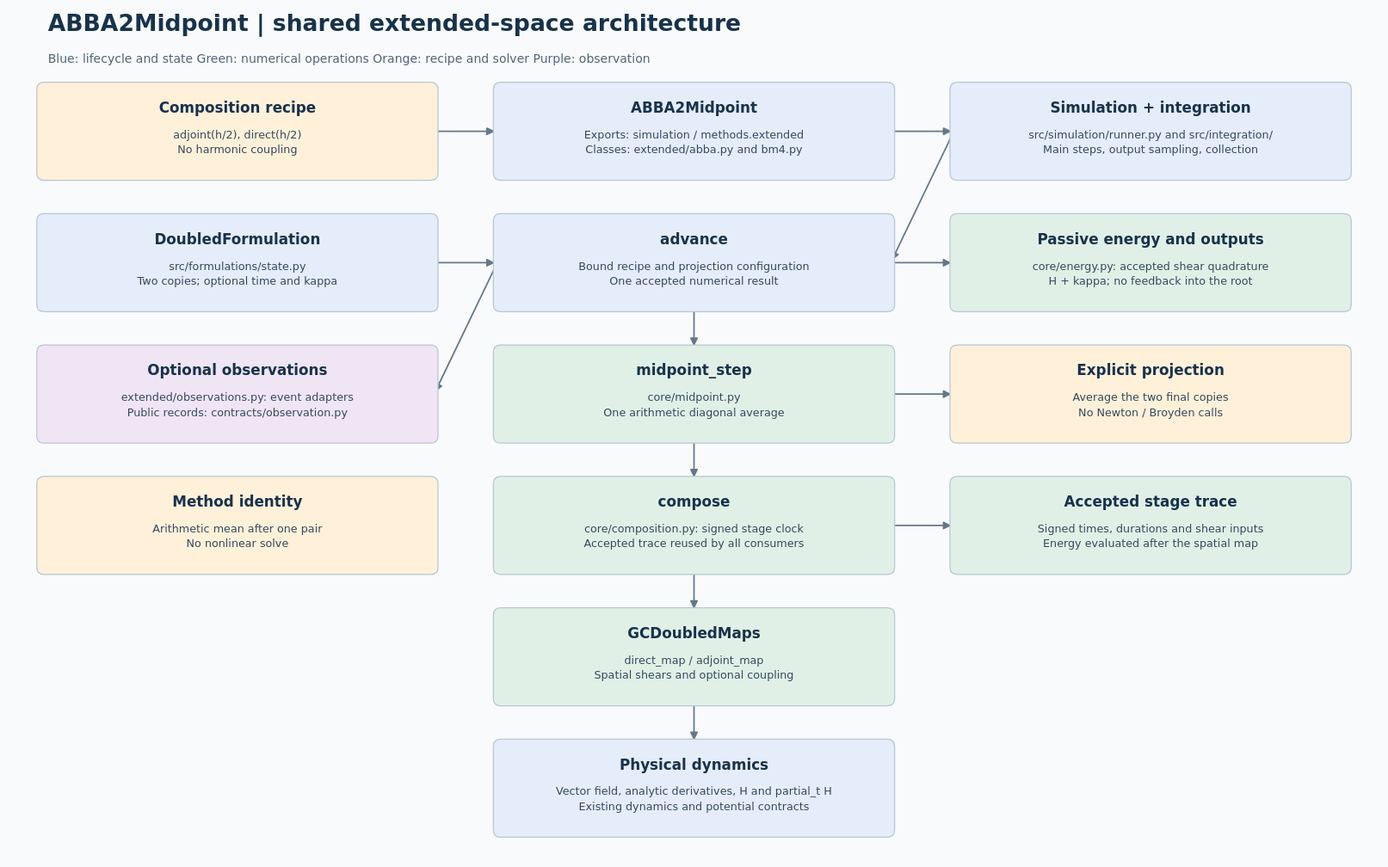
Jugibe-52/GC2D_intranet keeps this PlantUML diagram as docs/models/abba2-midpoint/simulation/abba2-midpoint-simulation-architecture.svg. Above is the earlier version. Its source is kept beside it as docs/models/abba2-midpoint/simulation/abba2-midpoint-simulation-architecture.puml.
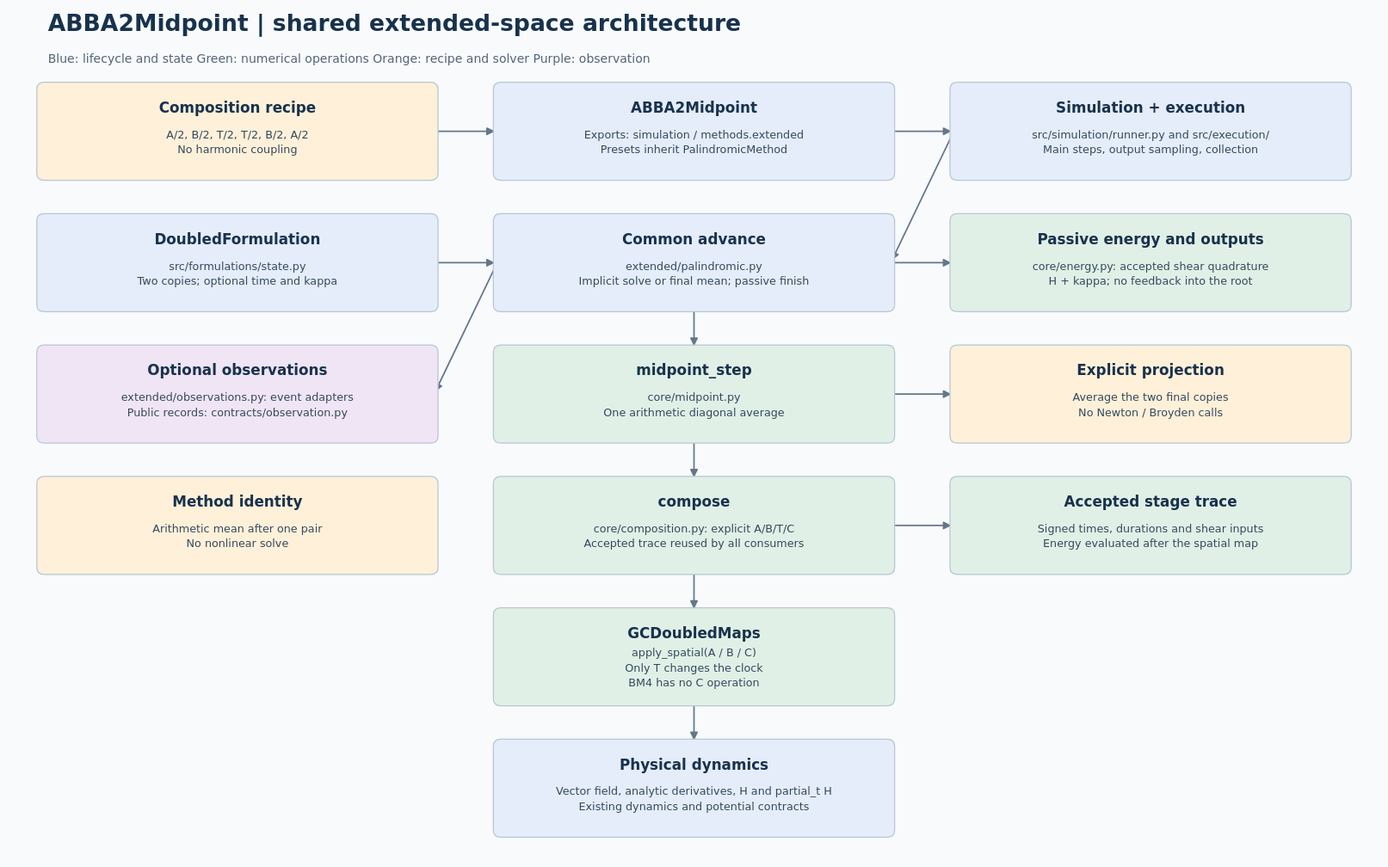
After the change.

Change to the diagram source:
```diff
@@ -2,19 +2,19 @@
 digraph architecture {
   graph [rankdir=TB, bgcolor="#f8fafc"];
   node [shape=box, style="rounded,filled", fontname="DejaVu Sans"];
-  recipe [label="Composition recipe\nadjoint(h/2), direct(h/2)\nNo harmonic coupling", fillcolor="#fff0d9"];
-  method [label="ABBA2Midpoint\nExports: simulation / methods.extended\nClasses: extended/abba.py and bm4.py", fillcolor="#e5ecfa"];
-  driver [label="Simulation + integration\nsrc/simulation/runner.py and src/integration/\nMain steps, output sampling, collection", fillcolor="#e5ecfa"];
+  recipe [label="Composition recipe\nA/2, B/2, T/2, T/2, B/2, A/2\nNo harmonic coupling", fillcolor="#fff0d9"];
+  method [label="ABBA2Midpoint\nExports: simulation / methods.extended\nPresets inherit PalindromicMethod", fillcolor="#e5ecfa"];
+  driver [label="Simulation + execution\nsrc/simulation/runner.py and src/execution/\nMain steps, output sampling, collection", fillcolor="#e5ecfa"];
   state [label="DoubledFormulation\nsrc/formulations/state.py\nTwo copies; optional time and kappa", fillcolor="#e5ecfa"];
-  advance [label="advance\nBound recipe and projection configuration\nOne accepted numerical result", fillcolor="#e5ecfa"];
+  advance [label="Common advance\nextended/palindromic.py\nImplicit solve or final mean; passive finish", fillcolor="#e5ecfa"];
   energy [label="Passive energy and outputs\ncore/energy.py: accepted shear quadrature\nH + kappa; no feedback into the root", fillcolor="#e1f0e6"];
   observe [label="Optional observations\nextended/observations.py: event adapters\nPublic records: contracts/observation.py", fillcolor="#f0e5f5"];
   projection [label="midpoint_step\ncore/midpoint.py\nOne arithmetic diagonal average", fillcolor="#e1f0e6"];
   solver [label="Explicit projection\nAverage the two final copies\nNo Newton / Broyden calls", fillcolor="#fff0d9"];
   placement [label="Method identity\nArithmetic mean after one pair\nNo nonlinear solve", fillcolor="#fff0d9"];
-  compose [label="compose\ncore/composition.py: signed stage clock\nAccepted trace reused by all consumers", fillcolor="#e1f0e6"];
+  compose [label="compose\ncore/composition.py: explicit A/B/T/C\nAccepted trace reused by all consumers", fillcolor="#e1f0e6"];
   tangent [label="Accepted stage trace\nSigned times, durations and shear inputs\nEnergy evaluated after the spatial map", fillcolor="#e1f0e6"];
-  maps [label="GCDoubledMaps\ndirect_map / adjoint_map\nSpatial shears and optional coupling", fillcolor="#e1f0e6"];
+  maps [label="GCDoubledMaps\napply_spatial(A / B / C)\nOnly T changes the clock\nBM4 has no C operation", fillcolor="#e1f0e6"];
   dynamics [label="Physical dynamics\nVector field, analytic derivatives, H and partial_t H\nExisting dynamics and potential contracts", fillcolor="#e5ecfa"];
   recipe -> method;
   method -> driver;
```
